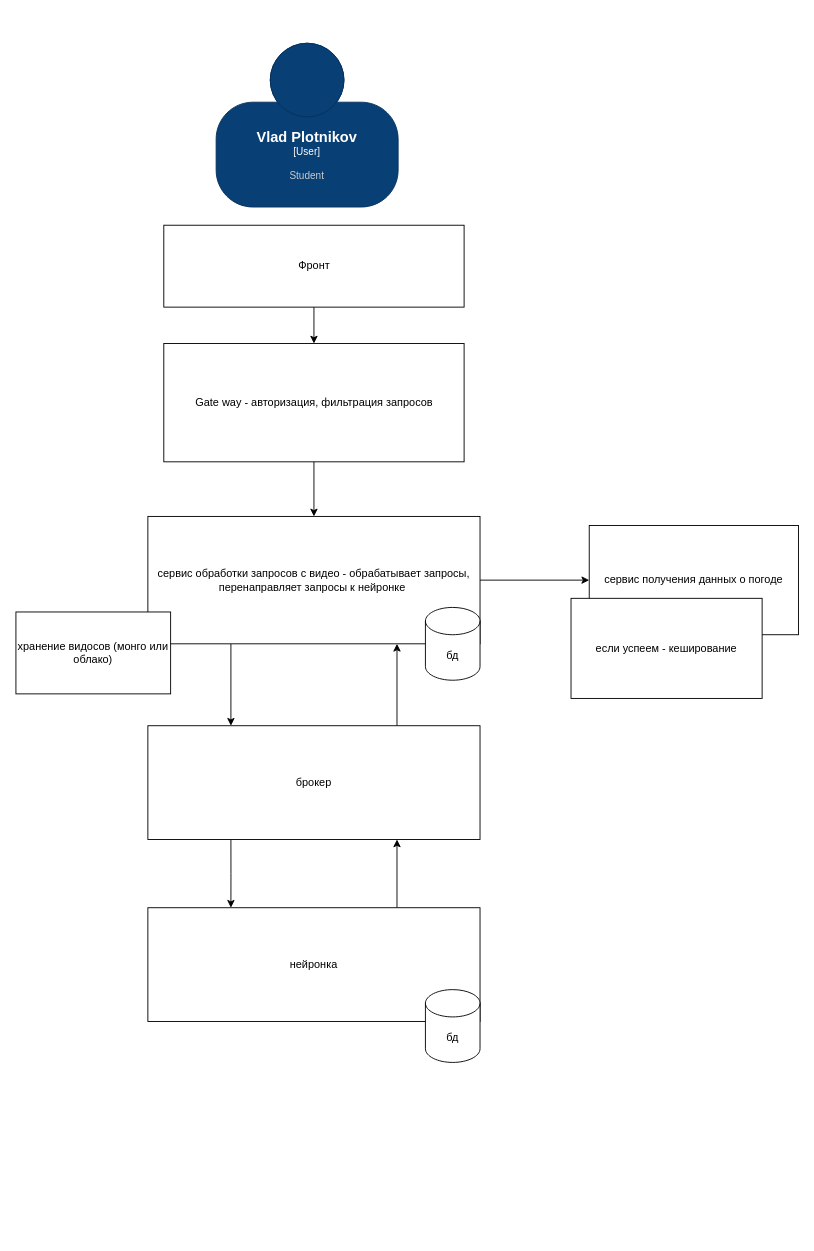
Earlier version of the draw.io diagram page "Services" (2 of 3) of projects/accelerator.drawio (48-iq/drawIo). Source tidied: cells renumbered, new cells numbered last; positions are measured from the earlier drawing's top-left corner, leaving out a move shared by most shapes. Both pictures are drawn from the tidied source at 91%, with x=0, y=0 at pixel (15, 43).
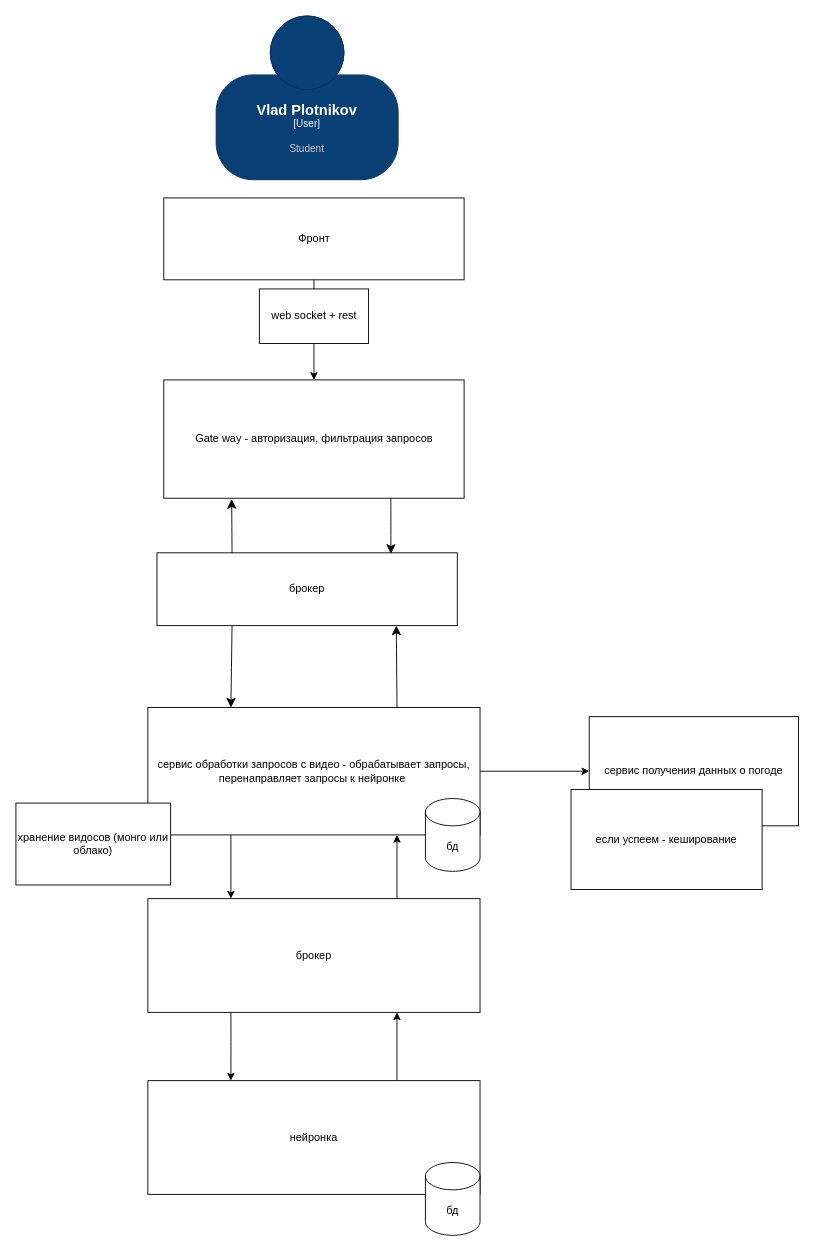
The same diagram, later.

Unchanged cells that the change refers to:
```xml
<mxCell id="12" value="сервис обработки запросов с видео - обрабатывает запросы, перенаправляет запросы к нейронке&amp;nbsp;" style="rounded=0;whiteSpace=wrap;html=1;" parent="11" vertex="1">
  <mxGeometry x="145" width="365" height="140" as="geometry" />
</mxCell>
```

What changed in the source:
```diff
@@
-    <mxCell id="2" style="edgeStyle=orthogonalEdgeStyle;rounded=0;jettySize=auto;html=1;exitX=0.5;exitY=1;exitDx=0;exitDy=0;entryX=0.5;entryY=0;entryDx=0;entryDy=0;" parent="1" edge="1" source="3" target="7">
-      <mxGeometry relative="1" as="geometry" />
-    </mxCell>
     <mxCell id="3" value="Фронт" style="rounded=0;whiteSpace=wrap;html=1;" parent="1" vertex="1">
-      <mxGeometry x="162.5" y="200" width="330" height="90" as="geometry" />
+      <mxGeometry x="162.5" y="170" width="330" height="90" as="geometry" />
     </mxCell>
@@
-    <mxCell id="6" style="edgeStyle=orthogonalEdgeStyle;rounded=0;jettySize=auto;html=1;exitX=0.5;exitY=1;exitDx=0;exitDy=0;entryX=0.5;entryY=0;entryDx=0;entryDy=0;" parent="1" edge="1" source="7" target="12">
-      <mxGeometry relative="1" as="geometry" />
-    </mxCell>
     <mxCell id="7" value="Gate way - авторизация, фильтрация запросов" style="rounded=0;whiteSpace=wrap;html=1;" parent="1" vertex="1">
-      <mxGeometry x="162.5" y="330" width="330" height="130" as="geometry" />
+      <mxGeometry x="162.5" y="370" width="330" height="130" as="geometry" />
     </mxCell>
@@
     <mxCell id="10" value="брокер" style="rounded=0;whiteSpace=wrap;html=1;" parent="1" vertex="1">
-      <mxGeometry x="145" y="750" width="365" height="125" as="geometry" />
+      <mxGeometry x="145" y="940" width="365" height="125" as="geometry" />
     </mxCell>
     <mxCell id="11" style="group;" parent="1" vertex="1">
-      <mxGeometry y="520" width="510" height="195" as="geometry" />
+      <mxGeometry y="730" width="510" height="195" as="geometry" />
     </mxCell>
@@
     <mxCell id="15" style="group;" parent="1" vertex="1">
-      <mxGeometry x="610" y="530" width="250" height="190" as="geometry" />
+      <mxGeometry x="610" y="740" width="250" height="190" as="geometry" />
     </mxCell>
@@
     <mxCell id="19" style="group;" parent="1" vertex="1">
-      <mxGeometry x="145" y="950" width="365" height="170" as="geometry" />
+      <mxGeometry x="145" y="1140" width="365" height="170" as="geometry" />
     </mxCell>
@@
     <object id="22" label="&lt;font style=&quot;font-size: 16px&quot;&gt;&lt;b&gt;%c4Name%&lt;/b&gt;&lt;/font&gt;&lt;div&gt;[%c4Type%]&lt;/div&gt;&lt;br&gt;&lt;div&gt;&lt;font style=&quot;font-size: 11px&quot;&gt;&lt;font color=&quot;#cccccc&quot;&gt;%c4Description%&lt;/font&gt;&lt;/div&gt;" c4Description="Student" c4Name="Vlad Plotnikov" c4Type="User" placeholders="1">
       <mxCell style="html=1;fontSize=11;dashed=0;whiteSpace=wrap;fillColor=#083F75;strokeColor=#06315C;fontColor=#ffffff;shape=mxgraph.c4.person2;align=center;" parent="1" vertex="1">
-        <mxGeometry x="220" width="200" height="180" as="geometry" />
+        <mxGeometry x="220" y="-30" width="200" height="180" as="geometry" />
       </mxCell>
     </object>
+    <mxCell id="23" style="group;" parent="1" vertex="1">
+      <mxGeometry x="267.5" y="270" width="120" height="60" as="geometry" />
+    </mxCell>
+    <mxCell id="2" style="edgeStyle=orthogonalEdgeStyle;rounded=0;jettySize=auto;html=1;exitX=0.5;exitY=1;exitDx=0;exitDy=0;entryX=0.5;entryY=0;entryDx=0;entryDy=0;" parent="23" edge="1" source="3" target="7">
+      <mxGeometry relative="1" as="geometry" />
+    </mxCell>
+    <mxCell id="24" value="web socket + rest" style="rounded=0;whiteSpace=wrap;html=1;" parent="23" vertex="1">
+      <mxGeometry width="120" height="60" as="geometry" />
+    </mxCell>
+    <mxCell id="25" style="edgeStyle=none;curved=1;rounded=0;jettySize=auto;html=1;exitX=0.25;exitY=1;exitDx=0;exitDy=0;entryX=0.25;entryY=0;entryDx=0;entryDy=0;fontSize=12;startSize=8;endSize=8;" parent="1" edge="1" source="26" target="12">
+      <mxGeometry relative="1" as="geometry" />
+    </mxCell>
+    <mxCell id="26" value="брокер" style="rounded=0;whiteSpace=wrap;html=1;" parent="1" vertex="1">
+      <mxGeometry x="155" y="560" width="330" height="80" as="geometry" />
+    </mxCell>
+    <mxCell id="27" style="edgeStyle=none;curved=1;rounded=0;jettySize=auto;html=1;entryX=0.779;entryY=0.013;entryDx=0;entryDy=0;entryPerimeter=0;fontSize=12;startSize=8;endSize=8;" parent="1" edge="1" target="26">
+      <mxGeometry relative="1" as="geometry">
+        <mxPoint x="412" y="500" as="sourcePoint" />
+      </mxGeometry>
+    </mxCell>
+    <mxCell id="28" style="edgeStyle=none;curved=1;rounded=0;jettySize=auto;html=1;exitX=0.25;exitY=0;exitDx=0;exitDy=0;entryX=0.226;entryY=1.008;entryDx=0;entryDy=0;entryPerimeter=0;fontSize=12;startSize=8;endSize=8;" parent="1" edge="1" source="26" target="7">
+      <mxGeometry relative="1" as="geometry" />
+    </mxCell>
+    <mxCell id="29" style="edgeStyle=none;curved=1;rounded=0;jettySize=auto;html=1;exitX=0.75;exitY=0;exitDx=0;exitDy=0;fontSize=12;startSize=8;endSize=8;entryX=0.797;entryY=1;entryDx=0;entryDy=0;entryPerimeter=0;" parent="1" edge="1" source="12" target="26">
+      <mxGeometry relative="1" as="geometry" />
+    </mxCell>
```
